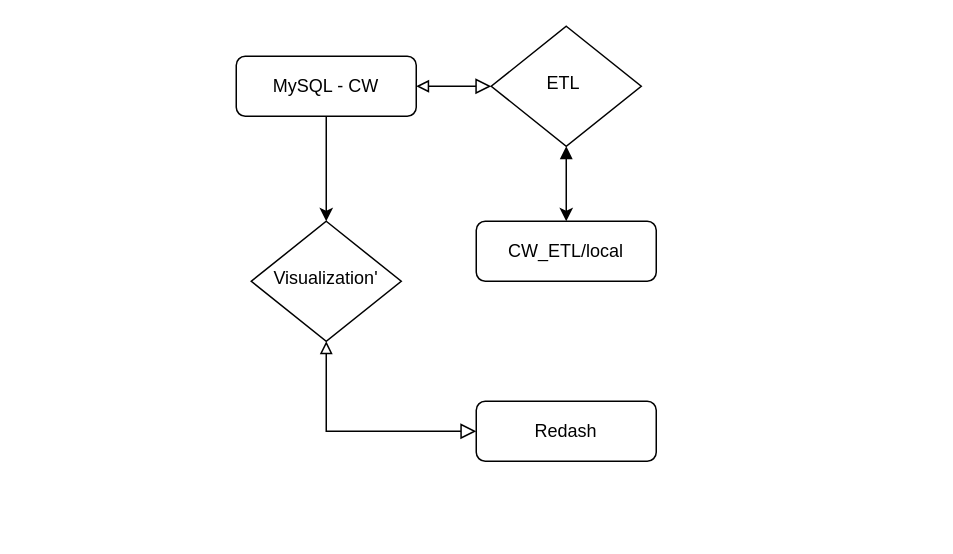
Above: Untitled Diagram.drawio in bluekidds/wavenet (draw.io), before the change. Source tidied: cells renumbered, new cells numbered last; positions are measured from the earlier drawing's top-left corner, leaving out a move shared by most shapes. Both pictures are drawn from the tidied source at 150%, with x=0, y=0 at pixel (236, 26). Pictures stored in the file or linked from it are replaced by grey dashed boxes.
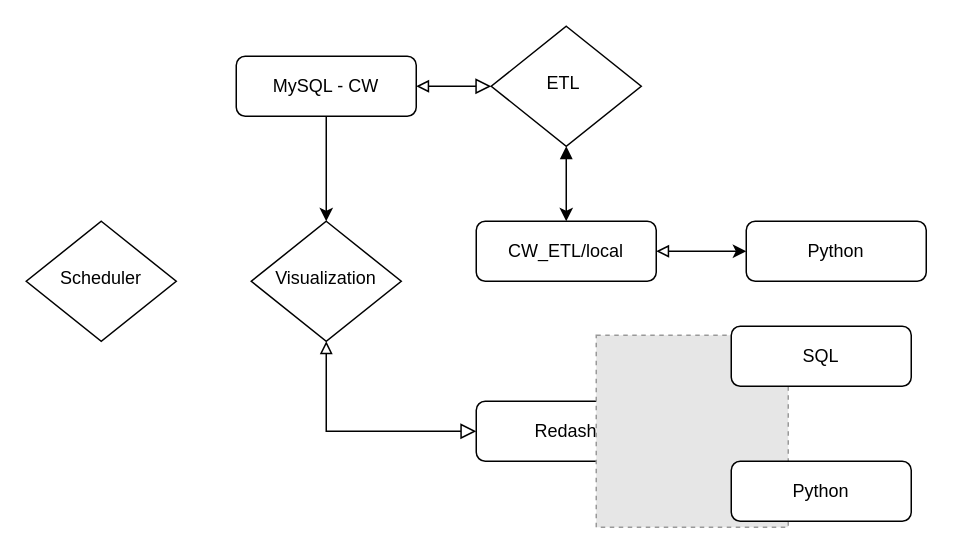
Above is the later version.

Change to the diagram source:
```diff
@@
 <mxGraphModel>
   <root>
     <mxCell id="0" />
     <mxCell id="1" parent="0" />
     <mxCell id="2" style="rounded=0;html=1;jettySize=auto;fontSize=11;endArrow=block;endFill=0;endSize=8;strokeWidth=1;shadow=0;labelBackgroundColor=none;edgeStyle=orthogonalEdgeStyle;startArrow=block;startFill=0;" parent="1" edge="1" source="4" target="5">
       <mxGeometry relative="1" as="geometry" />
     </mxCell>
     <mxCell id="3" style="edgeStyle=orthogonalEdgeStyle;rounded=0;jettySize=auto;html=1;startArrow=none;startFill=0;endArrow=classic;endFill=1;" parent="1" edge="1" source="4" target="9">
       <mxGeometry relative="1" as="geometry" />
     </mxCell>
     <mxCell id="4" value="MySQL - CW" style="rounded=1;whiteSpace=wrap;html=1;fontSize=12;glass=0;strokeWidth=1;shadow=0;" parent="1" vertex="1">
       <mxGeometry y="20" width="120" height="40" as="geometry" />
     </mxCell>
     <mxCell id="5" value="ETL&amp;nbsp;" style="rhombus;whiteSpace=wrap;html=1;shadow=0;fontFamily=Helvetica;fontSize=12;align=center;strokeWidth=1;spacing=6;spacingTop=-4;" parent="1" vertex="1">
       <mxGeometry x="170" width="100" height="80" as="geometry" />
     </mxCell>
     <mxCell id="6" style="edgeStyle=orthogonalEdgeStyle;rounded=0;jettySize=auto;html=1;endArrow=block;endFill=1;startArrow=classic;startFill=1;" parent="1" edge="1" source="7" target="5">
       <mxGeometry relative="1" as="geometry" />
     </mxCell>
+    <mxCell id="11" style="edgeStyle=orthogonalEdgeStyle;rounded=0;jettySize=auto;html=1;startArrow=block;startFill=0;endArrow=classic;endFill=1;" parent="1" edge="1" source="7" target="15">
+      <mxGeometry relative="1" as="geometry" />
+    </mxCell>
     <mxCell id="7" value="CW_ETL/local" style="rounded=1;whiteSpace=wrap;html=1;fontSize=12;glass=0;strokeWidth=1;shadow=0;" parent="1" vertex="1">
       <mxGeometry x="160" y="130" width="120" height="40" as="geometry" />
     </mxCell>
     <mxCell id="8" style="edgeStyle=orthogonalEdgeStyle;rounded=0;html=1;jettySize=auto;fontSize=11;endArrow=block;endFill=0;endSize=8;strokeWidth=1;shadow=0;labelBackgroundColor=none;startArrow=block;startFill=0;" parent="1" edge="1" source="9" target="10">
       <mxGeometry y="10" relative="1" as="geometry">
         <Array as="points">
           <mxPoint x="140" y="270" />
           <mxPoint x="140" y="270" />
         </Array>
       </mxGeometry>
     </mxCell>
-    <mxCell id="9" value="Visualization'" style="rhombus;whiteSpace=wrap;html=1;shadow=0;fontFamily=Helvetica;fontSize=12;align=center;strokeWidth=1;spacing=6;spacingTop=-4;" parent="1" vertex="1">
+    <mxCell id="9" value="Visualization" style="rhombus;whiteSpace=wrap;html=1;shadow=0;fontFamily=Helvetica;fontSize=12;align=center;strokeWidth=1;spacing=6;spacingTop=-4;" parent="1" vertex="1">
       <mxGeometry x="10" y="130" width="100" height="80" as="geometry" />
     </mxCell>
     <mxCell id="10" value="Redash" style="rounded=1;whiteSpace=wrap;html=1;fontSize=12;glass=0;strokeWidth=1;shadow=0;" parent="1" vertex="1">
       <mxGeometry x="160" y="250" width="120" height="40" as="geometry" />
     </mxCell>
+    <mxCell id="12" style="fillColor=#E6E6E6;strokeColor=#999999;dashed=1;html=1;verticalAlign=top;verticalLabelPosition=bottom;labelBackgroundColor=#ffffff;" parent="1" vertex="1">
+      <mxGeometry x="240" y="206" width="128" height="128" as="geometry" />
+    </mxCell>
+    <mxCell id="13" value="SQL" style="rounded=1;whiteSpace=wrap;html=1;fontSize=12;glass=0;strokeWidth=1;shadow=0;" parent="1" vertex="1">
+      <mxGeometry x="330" y="200" width="120" height="40" as="geometry" />
+    </mxCell>
+    <mxCell id="14" value="Python" style="rounded=1;whiteSpace=wrap;html=1;fontSize=12;glass=0;strokeWidth=1;shadow=0;" parent="1" vertex="1">
+      <mxGeometry x="330" y="290" width="120" height="40" as="geometry" />
+    </mxCell>
+    <mxCell id="15" value="Python" style="rounded=1;whiteSpace=wrap;html=1;fontSize=12;glass=0;strokeWidth=1;shadow=0;" parent="1" vertex="1">
+      <mxGeometry x="340" y="130" width="120" height="40" as="geometry" />
+    </mxCell>
+    <mxCell id="16" value="Scheduler" style="rhombus;whiteSpace=wrap;html=1;shadow=0;fontFamily=Helvetica;fontSize=12;align=center;strokeWidth=1;spacing=6;spacingTop=-4;" parent="1" vertex="1">
+      <mxGeometry x="-140" y="130" width="100" height="80" as="geometry" />
+    </mxCell>
   </root>
 </mxGraphModel>
```
